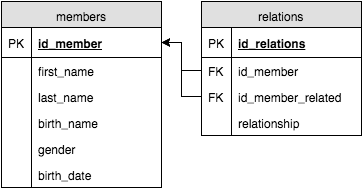
Above: family_schema.png in arctic-fox-2016/schema-family-tree (draw.io), before the change. Source tidied: cells renumbered, new cells last; positions are measured from the earlier drawing's top-left corner, leaving out a move shared by most shapes. Its diagram source:
```xml
<mxGraphModel background="#ffffff">
  <root>
    <mxCell id="0" />
    <mxCell id="1" parent="0" />
    <mxCell id="2" value="members" style="swimlane;html=1;fontStyle=0;horizontal=1;startSize=26;fillColor=#e0e0e0;swimlaneFillColor=#ffffff;align=center;shadow=0;strokeColor=#000000;strokeWidth=1;" parent="1" vertex="1">
      <mxGeometry width="160" height="186" as="geometry" />
    </mxCell>
    <mxCell id="3" value="id_member" style="shape=partialRectangle;top=0;left=0;right=0;bottom=1;html=1;align=left;verticalAlign=middle;fillColor=none;spacingLeft=34;spacingRight=4;whiteSpace=wrap;overflow=hidden;points=[[0,0.5],[1,0.5]];portConstraint=eastwest;fontStyle=5;" parent="2" vertex="1">
      <mxGeometry y="26" width="160" height="30" as="geometry" />
    </mxCell>
    <mxCell id="4" value="PK" style="shape=partialRectangle;top=0;left=0;bottom=0;html=1;fillColor=none;align=left;verticalAlign=middle;spacingLeft=4;spacingRight=4;whiteSpace=wrap;overflow=hidden;" parent="3" vertex="1">
      <mxGeometry width="30" height="30" as="geometry" />
    </mxCell>
    <mxCell id="5" value="first_name" style="shape=partialRectangle;top=0;left=0;right=0;bottom=0;html=1;align=left;verticalAlign=top;fillColor=none;spacingLeft=34;spacingRight=4;whiteSpace=wrap;overflow=hidden;" parent="2" vertex="1">
      <mxGeometry y="56" width="160" height="26" as="geometry" />
    </mxCell>
    <mxCell id="6" style="shape=partialRectangle;top=0;left=0;bottom=0;html=1;fillColor=none;align=left;verticalAlign=top;spacingLeft=4;spacingRight=4;whiteSpace=wrap;overflow=hidden;" parent="5" vertex="1">
      <mxGeometry width="30" height="26" as="geometry" />
    </mxCell>
    <mxCell id="7" value="last_name" style="shape=partialRectangle;top=0;left=0;right=0;bottom=0;html=1;align=left;verticalAlign=top;fillColor=none;spacingLeft=34;spacingRight=4;whiteSpace=wrap;overflow=hidden;" parent="2" vertex="1">
      <mxGeometry y="82" width="160" height="26" as="geometry" />
    </mxCell>
    <mxCell id="8" style="shape=partialRectangle;top=0;left=0;bottom=0;html=1;fillColor=none;align=left;verticalAlign=top;spacingLeft=4;spacingRight=4;whiteSpace=wrap;overflow=hidden;" parent="7" vertex="1">
      <mxGeometry width="30" height="26" as="geometry" />
    </mxCell>
    <mxCell id="9" value="birth_name" style="shape=partialRectangle;top=0;left=0;right=0;bottom=0;html=1;align=left;verticalAlign=top;fillColor=none;spacingLeft=34;spacingRight=4;whiteSpace=wrap;overflow=hidden;" parent="2" vertex="1">
      <mxGeometry y="108" width="160" height="26" as="geometry" />
    </mxCell>
    <mxCell id="10" style="shape=partialRectangle;top=0;left=0;bottom=0;html=1;fillColor=none;align=left;verticalAlign=top;spacingLeft=4;spacingRight=4;whiteSpace=wrap;overflow=hidden;" parent="9" vertex="1">
      <mxGeometry width="30" height="26" as="geometry" />
    </mxCell>
    <mxCell id="11" value="gender" style="shape=partialRectangle;top=0;left=0;right=0;bottom=0;html=1;align=left;verticalAlign=top;fillColor=none;spacingLeft=34;spacingRight=4;whiteSpace=wrap;overflow=hidden;" parent="2" vertex="1">
      <mxGeometry y="134" width="160" height="26" as="geometry" />
    </mxCell>
    <mxCell id="12" style="shape=partialRectangle;top=0;left=0;bottom=0;html=1;fillColor=none;align=left;verticalAlign=top;spacingLeft=4;spacingRight=4;whiteSpace=wrap;overflow=hidden;" parent="11" vertex="1">
      <mxGeometry width="30" height="26" as="geometry" />
    </mxCell>
    <mxCell id="13" value="birth_date" style="shape=partialRectangle;top=0;left=0;right=0;bottom=0;html=1;align=left;verticalAlign=top;fillColor=none;spacingLeft=34;spacingRight=4;whiteSpace=wrap;overflow=hidden;" parent="2" vertex="1">
      <mxGeometry y="160" width="160" height="26" as="geometry" />
    </mxCell>
    <mxCell id="14" style="shape=partialRectangle;top=0;left=0;bottom=0;html=1;fillColor=none;align=left;verticalAlign=top;spacingLeft=4;spacingRight=4;whiteSpace=wrap;overflow=hidden;" parent="13" vertex="1">
      <mxGeometry width="30" height="26" as="geometry" />
    </mxCell>
    <mxCell id="15" value="relations" style="swimlane;html=1;fontStyle=0;horizontal=1;startSize=26;fillColor=#e0e0e0;swimlaneFillColor=#ffffff;align=center;shadow=0;strokeColor=#000000;strokeWidth=1;" parent="1" vertex="1">
      <mxGeometry x="200" width="160" height="134" as="geometry" />
    </mxCell>
    <mxCell id="16" value="id_relations" style="shape=partialRectangle;top=0;left=0;right=0;bottom=1;html=1;align=left;verticalAlign=middle;fillColor=none;spacingLeft=34;spacingRight=4;whiteSpace=wrap;overflow=hidden;fontStyle=5;" parent="15" vertex="1">
      <mxGeometry y="26" width="160" height="30" as="geometry" />
    </mxCell>
    <mxCell id="17" value="PK" style="shape=partialRectangle;top=0;left=0;bottom=0;html=1;fillColor=none;align=left;verticalAlign=middle;spacingLeft=4;spacingRight=4;whiteSpace=wrap;overflow=hidden;" parent="16" vertex="1">
      <mxGeometry width="30" height="30" as="geometry" />
    </mxCell>
    <mxCell id="18" value="id_member" style="shape=partialRectangle;top=0;left=0;right=0;bottom=0;html=1;align=left;verticalAlign=top;fillColor=none;spacingLeft=34;spacingRight=4;whiteSpace=wrap;overflow=hidden;points=[[0,0.5],[1,0.5]];portConstraint=eastwest;" parent="15" vertex="1">
      <mxGeometry y="56" width="160" height="26" as="geometry" />
    </mxCell>
    <mxCell id="19" value="FK" style="shape=partialRectangle;top=0;left=0;bottom=0;html=1;fillColor=none;align=left;verticalAlign=top;spacingLeft=4;spacingRight=4;whiteSpace=wrap;overflow=hidden;" parent="18" vertex="1">
      <mxGeometry width="30" height="26" as="geometry" />
    </mxCell>
    <mxCell id="20" value="id_member_related" style="shape=partialRectangle;top=0;left=0;right=0;bottom=0;html=1;align=left;verticalAlign=top;fillColor=none;spacingLeft=34;spacingRight=4;whiteSpace=wrap;overflow=hidden;points=[[0,0.5],[1,0.5]];portConstraint=eastwest;" parent="15" vertex="1">
      <mxGeometry y="82" width="160" height="26" as="geometry" />
    </mxCell>
    <mxCell id="21" value="FK" style="shape=partialRectangle;top=0;left=0;bottom=0;html=1;fillColor=none;align=left;verticalAlign=top;spacingLeft=4;spacingRight=4;whiteSpace=wrap;overflow=hidden;" parent="20" vertex="1">
      <mxGeometry width="30" height="26" as="geometry" />
    </mxCell>
    <mxCell id="22" value="relationship" style="shape=partialRectangle;top=0;left=0;right=0;bottom=0;html=1;align=left;verticalAlign=top;fillColor=none;spacingLeft=34;spacingRight=4;whiteSpace=wrap;overflow=hidden;" parent="15" vertex="1">
      <mxGeometry y="108" width="160" height="26" as="geometry" />
    </mxCell>
    <mxCell id="23" style="shape=partialRectangle;top=0;left=0;bottom=0;html=1;fillColor=none;align=left;verticalAlign=top;spacingLeft=4;spacingRight=4;whiteSpace=wrap;overflow=hidden;" parent="22" vertex="1">
      <mxGeometry width="30" height="26" as="geometry" />
    </mxCell>
    <mxCell id="24" style="edgeStyle=orthogonalEdgeStyle;rounded=0;html=1;exitX=0;exitY=0.5;entryX=1;entryY=0.5;jettySize=auto;" parent="1" edge="1" source="18" target="3">
      <mxGeometry relative="1" as="geometry" />
    </mxCell>
    <mxCell id="25" style="edgeStyle=orthogonalEdgeStyle;rounded=0;html=1;exitX=0;exitY=0.5;jettySize=auto;entryX=1;entryY=0.5;" parent="1" edge="1" source="20" target="3">
      <mxGeometry relative="1" as="geometry">
        <Array as="points">
          <mxPoint x="180" y="95" />
          <mxPoint x="180" y="41" />
        </Array>
      </mxGeometry>
    </mxCell>
  </root>
</mxGraphModel>
```
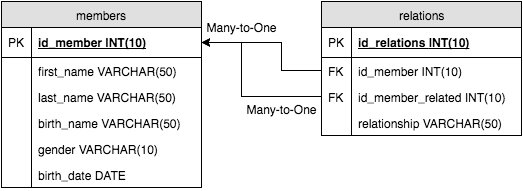
Later version of the same file.

Diff of the diagram source:
```diff
@@ -3,81 +3,95 @@
     <mxCell id="0" />
     <mxCell id="1" parent="0" />
     <mxCell id="2" value="members" style="swimlane;html=1;fontStyle=0;horizontal=1;startSize=26;fillColor=#e0e0e0;swimlaneFillColor=#ffffff;align=center;shadow=0;strokeColor=#000000;strokeWidth=1;" parent="1" vertex="1">
-      <mxGeometry width="160" height="186" as="geometry" />
+      <mxGeometry width="200" height="186" as="geometry" />
     </mxCell>
-    <mxCell id="3" value="id_member" style="shape=partialRectangle;top=0;left=0;right=0;bottom=1;html=1;align=left;verticalAlign=middle;fillColor=none;spacingLeft=34;spacingRight=4;whiteSpace=wrap;overflow=hidden;points=[[0,0.5],[1,0.5]];portConstraint=eastwest;fontStyle=5;" parent="2" vertex="1">
-      <mxGeometry y="26" width="160" height="30" as="geometry" />
+    <mxCell id="3" value="id_member INT(10)" style="shape=partialRectangle;top=0;left=0;right=0;bottom=1;html=1;align=left;verticalAlign=middle;fillColor=none;spacingLeft=34;spacingRight=4;whiteSpace=wrap;overflow=hidden;points=[[0,0.5],[1,0.5]];portConstraint=eastwest;fontStyle=5;" parent="2" vertex="1">
+      <mxGeometry y="26" width="200" height="30" as="geometry" />
     </mxCell>
     <mxCell id="4" value="PK" style="shape=partialRectangle;top=0;left=0;bottom=0;html=1;fillColor=none;align=left;verticalAlign=middle;spacingLeft=4;spacingRight=4;whiteSpace=wrap;overflow=hidden;" parent="3" vertex="1">
       <mxGeometry width="30" height="30" as="geometry" />
     </mxCell>
-    <mxCell id="5" value="first_name" style="shape=partialRectangle;top=0;left=0;right=0;bottom=0;html=1;align=left;verticalAlign=top;fillColor=none;spacingLeft=34;spacingRight=4;whiteSpace=wrap;overflow=hidden;" parent="2" vertex="1">
-      <mxGeometry y="56" width="160" height="26" as="geometry" />
+    <mxCell id="5" value="first_name&amp;nbsp;&lt;span&gt;VARCHAR(50)&lt;/span&gt;" style="shape=partialRectangle;top=0;left=0;right=0;bottom=0;html=1;align=left;verticalAlign=top;fillColor=none;spacingLeft=34;spacingRight=4;whiteSpace=wrap;overflow=hidden;" parent="2" vertex="1">
+      <mxGeometry y="56" width="200" height="26" as="geometry" />
     </mxCell>
     <mxCell id="6" style="shape=partialRectangle;top=0;left=0;bottom=0;html=1;fillColor=none;align=left;verticalAlign=top;spacingLeft=4;spacingRight=4;whiteSpace=wrap;overflow=hidden;" parent="5" vertex="1">
       <mxGeometry width="30" height="26" as="geometry" />
     </mxCell>
-    <mxCell id="7" value="last_name" style="shape=partialRectangle;top=0;left=0;right=0;bottom=0;html=1;align=left;verticalAlign=top;fillColor=none;spacingLeft=34;spacingRight=4;whiteSpace=wrap;overflow=hidden;" parent="2" vertex="1">
-      <mxGeometry y="82" width="160" height="26" as="geometry" />
+    <mxCell id="7" value="last_name&amp;nbsp;&lt;span&gt;VARCHAR(50)&lt;/span&gt;" style="shape=partialRectangle;top=0;left=0;right=0;bottom=0;html=1;align=left;verticalAlign=top;fillColor=none;spacingLeft=34;spacingRight=4;whiteSpace=wrap;overflow=hidden;" parent="2" vertex="1">
+      <mxGeometry y="82" width="200" height="26" as="geometry" />
     </mxCell>
     <mxCell id="8" style="shape=partialRectangle;top=0;left=0;bottom=0;html=1;fillColor=none;align=left;verticalAlign=top;spacingLeft=4;spacingRight=4;whiteSpace=wrap;overflow=hidden;" parent="7" vertex="1">
       <mxGeometry width="30" height="26" as="geometry" />
     </mxCell>
-    <mxCell id="9" value="birth_name" style="shape=partialRectangle;top=0;left=0;right=0;bottom=0;html=1;align=left;verticalAlign=top;fillColor=none;spacingLeft=34;spacingRight=4;whiteSpace=wrap;overflow=hidden;" parent="2" vertex="1">
-      <mxGeometry y="108" width="160" height="26" as="geometry" />
+    <mxCell id="9" value="birth_name&amp;nbsp;&lt;span&gt;VARCHAR(50)&lt;/span&gt;" style="shape=partialRectangle;top=0;left=0;right=0;bottom=0;html=1;align=left;verticalAlign=top;fillColor=none;spacingLeft=34;spacingRight=4;whiteSpace=wrap;overflow=hidden;" parent="2" vertex="1">
+      <mxGeometry y="108" width="200" height="26" as="geometry" />
     </mxCell>
     <mxCell id="10" style="shape=partialRectangle;top=0;left=0;bottom=0;html=1;fillColor=none;align=left;verticalAlign=top;spacingLeft=4;spacingRight=4;whiteSpace=wrap;overflow=hidden;" parent="9" vertex="1">
       <mxGeometry width="30" height="26" as="geometry" />
     </mxCell>
-    <mxCell id="11" value="gender" style="shape=partialRectangle;top=0;left=0;right=0;bottom=0;html=1;align=left;verticalAlign=top;fillColor=none;spacingLeft=34;spacingRight=4;whiteSpace=wrap;overflow=hidden;" parent="2" vertex="1">
-      <mxGeometry y="134" width="160" height="26" as="geometry" />
+    <mxCell id="11" value="gender&amp;nbsp;&lt;span&gt;VARCHAR(10)&lt;/span&gt;" style="shape=partialRectangle;top=0;left=0;right=0;bottom=0;html=1;align=left;verticalAlign=top;fillColor=none;spacingLeft=34;spacingRight=4;whiteSpace=wrap;overflow=hidden;" parent="2" vertex="1">
+      <mxGeometry y="134" width="200" height="26" as="geometry" />
     </mxCell>
     <mxCell id="12" style="shape=partialRectangle;top=0;left=0;bottom=0;html=1;fillColor=none;align=left;verticalAlign=top;spacingLeft=4;spacingRight=4;whiteSpace=wrap;overflow=hidden;" parent="11" vertex="1">
       <mxGeometry width="30" height="26" as="geometry" />
     </mxCell>
-    <mxCell id="13" value="birth_date" style="shape=partialRectangle;top=0;left=0;right=0;bottom=0;html=1;align=left;verticalAlign=top;fillColor=none;spacingLeft=34;spacingRight=4;whiteSpace=wrap;overflow=hidden;" parent="2" vertex="1">
-      <mxGeometry y="160" width="160" height="26" as="geometry" />
+    <mxCell id="13" value="birth_date DATE" style="shape=partialRectangle;top=0;left=0;right=0;bottom=0;html=1;align=left;verticalAlign=top;fillColor=none;spacingLeft=34;spacingRight=4;whiteSpace=wrap;overflow=hidden;" parent="2" vertex="1">
+      <mxGeometry y="160" width="200" height="26" as="geometry" />
     </mxCell>
     <mxCell id="14" style="shape=partialRectangle;top=0;left=0;bottom=0;html=1;fillColor=none;align=left;verticalAlign=top;spacingLeft=4;spacingRight=4;whiteSpace=wrap;overflow=hidden;" parent="13" vertex="1">
       <mxGeometry width="30" height="26" as="geometry" />
     </mxCell>
     <mxCell id="15" value="relations" style="swimlane;html=1;fontStyle=0;horizontal=1;startSize=26;fillColor=#e0e0e0;swimlaneFillColor=#ffffff;align=center;shadow=0;strokeColor=#000000;strokeWidth=1;" parent="1" vertex="1">
-      <mxGeometry x="200" width="160" height="134" as="geometry" />
+      <mxGeometry x="320" width="200" height="134" as="geometry" />
     </mxCell>
-    <mxCell id="16" value="id_relations" style="shape=partialRectangle;top=0;left=0;right=0;bottom=1;html=1;align=left;verticalAlign=middle;fillColor=none;spacingLeft=34;spacingRight=4;whiteSpace=wrap;overflow=hidden;fontStyle=5;" parent="15" vertex="1">
-      <mxGeometry y="26" width="160" height="30" as="geometry" />
+    <mxCell id="16" value="id_relations&amp;nbsp;&lt;span&gt;INT(10)&lt;/span&gt;" style="shape=partialRectangle;top=0;left=0;right=0;bottom=1;html=1;align=left;verticalAlign=middle;fillColor=none;spacingLeft=34;spacingRight=4;whiteSpace=wrap;overflow=hidden;fontStyle=5;" parent="15" vertex="1">
+      <mxGeometry y="26" width="200" height="30" as="geometry" />
     </mxCell>
     <mxCell id="17" value="PK" style="shape=partialRectangle;top=0;left=0;bottom=0;html=1;fillColor=none;align=left;verticalAlign=middle;spacingLeft=4;spacingRight=4;whiteSpace=wrap;overflow=hidden;" parent="16" vertex="1">
       <mxGeometry width="30" height="30" as="geometry" />
     </mxCell>
-    <mxCell id="18" value="id_member" style="shape=partialRectangle;top=0;left=0;right=0;bottom=0;html=1;align=left;verticalAlign=top;fillColor=none;spacingLeft=34;spacingRight=4;whiteSpace=wrap;overflow=hidden;points=[[0,0.5],[1,0.5]];portConstraint=eastwest;" parent="15" vertex="1">
-      <mxGeometry y="56" width="160" height="26" as="geometry" />
+    <mxCell id="18" value="id_member&amp;nbsp;&lt;span&gt;INT(10)&lt;/span&gt;" style="shape=partialRectangle;top=0;left=0;right=0;bottom=0;html=1;align=left;verticalAlign=top;fillColor=none;spacingLeft=34;spacingRight=4;whiteSpace=wrap;overflow=hidden;points=[[0,0.5],[1,0.5]];portConstraint=eastwest;" parent="15" vertex="1">
+      <mxGeometry y="56" width="200" height="26" as="geometry" />
     </mxCell>
     <mxCell id="19" value="FK" style="shape=partialRectangle;top=0;left=0;bottom=0;html=1;fillColor=none;align=left;verticalAlign=top;spacingLeft=4;spacingRight=4;whiteSpace=wrap;overflow=hidden;" parent="18" vertex="1">
       <mxGeometry width="30" height="26" as="geometry" />
     </mxCell>
-    <mxCell id="20" value="id_member_related" style="shape=partialRectangle;top=0;left=0;right=0;bottom=0;html=1;align=left;verticalAlign=top;fillColor=none;spacingLeft=34;spacingRight=4;whiteSpace=wrap;overflow=hidden;points=[[0,0.5],[1,0.5]];portConstraint=eastwest;" parent="15" vertex="1">
-      <mxGeometry y="82" width="160" height="26" as="geometry" />
+    <mxCell id="20" value="id_member_related&amp;nbsp;&lt;span&gt;INT(10)&lt;/span&gt;" style="shape=partialRectangle;top=0;left=0;right=0;bottom=0;html=1;align=left;verticalAlign=top;fillColor=none;spacingLeft=34;spacingRight=4;whiteSpace=wrap;overflow=hidden;points=[[0,0.5],[1,0.5]];portConstraint=eastwest;" parent="15" vertex="1">
+      <mxGeometry y="82" width="200" height="26" as="geometry" />
     </mxCell>
     <mxCell id="21" value="FK" style="shape=partialRectangle;top=0;left=0;bottom=0;html=1;fillColor=none;align=left;verticalAlign=top;spacingLeft=4;spacingRight=4;whiteSpace=wrap;overflow=hidden;" parent="20" vertex="1">
       <mxGeometry width="30" height="26" as="geometry" />
     </mxCell>
-    <mxCell id="22" value="relationship" style="shape=partialRectangle;top=0;left=0;right=0;bottom=0;html=1;align=left;verticalAlign=top;fillColor=none;spacingLeft=34;spacingRight=4;whiteSpace=wrap;overflow=hidden;" parent="15" vertex="1">
-      <mxGeometry y="108" width="160" height="26" as="geometry" />
+    <mxCell id="22" value="relationship VARCHAR(50)" style="shape=partialRectangle;top=0;left=0;right=0;bottom=0;html=1;align=left;verticalAlign=top;fillColor=none;spacingLeft=34;spacingRight=4;whiteSpace=wrap;overflow=hidden;" parent="15" vertex="1">
+      <mxGeometry y="108" width="200" height="26" as="geometry" />
     </mxCell>
     <mxCell id="23" style="shape=partialRectangle;top=0;left=0;bottom=0;html=1;fillColor=none;align=left;verticalAlign=top;spacingLeft=4;spacingRight=4;whiteSpace=wrap;overflow=hidden;" parent="22" vertex="1">
       <mxGeometry width="30" height="26" as="geometry" />
     </mxCell>
     <mxCell id="24" style="edgeStyle=orthogonalEdgeStyle;rounded=0;html=1;exitX=0;exitY=0.5;entryX=1;entryY=0.5;jettySize=auto;" parent="1" edge="1" source="18" target="3">
-      <mxGeometry relative="1" as="geometry" />
+      <mxGeometry relative="1" as="geometry">
+        <Array as="points">
+          <mxPoint x="280" y="69" />
+          <mxPoint x="280" y="41" />
+        </Array>
+      </mxGeometry>
     </mxCell>
     <mxCell id="25" style="edgeStyle=orthogonalEdgeStyle;rounded=0;html=1;exitX=0;exitY=0.5;jettySize=auto;entryX=1;entryY=0.5;" parent="1" edge="1" source="20" target="3">
       <mxGeometry relative="1" as="geometry">
         <Array as="points">
-          <mxPoint x="180" y="95" />
-          <mxPoint x="180" y="41" />
+          <mxPoint x="240" y="95" />
+          <mxPoint x="240" y="41" />
         </Array>
       </mxGeometry>
     </mxCell>
+    <mxCell id="26" value="Many-to-One" style="text;html=1;strokeColor=none;fillColor=none;align=center;verticalAlign=middle;whiteSpace=wrap;shadow=0;" parent="1" vertex="1">
+      <mxGeometry x="200" y="16" width="80" height="20" as="geometry" />
+    </mxCell>
+    <mxCell id="27" value="Many-to-One" style="text;html=1;strokeColor=none;fillColor=none;align=center;verticalAlign=middle;whiteSpace=wrap;shadow=0;" parent="1" vertex="1">
+      <mxGeometry x="240" y="98" width="80" height="20" as="geometry" />
+    </mxCell>
+    <mxCell id="28" style="edgeStyle=orthogonalEdgeStyle;rounded=0;html=1;exitX=0.5;exitY=1;jettySize=auto;orthogonalLoop=1;" parent="1" edge="1" source="27" target="27">
+      <mxGeometry relative="1" as="geometry" />
+    </mxCell>
   </root>
 </mxGraphModel>
```
